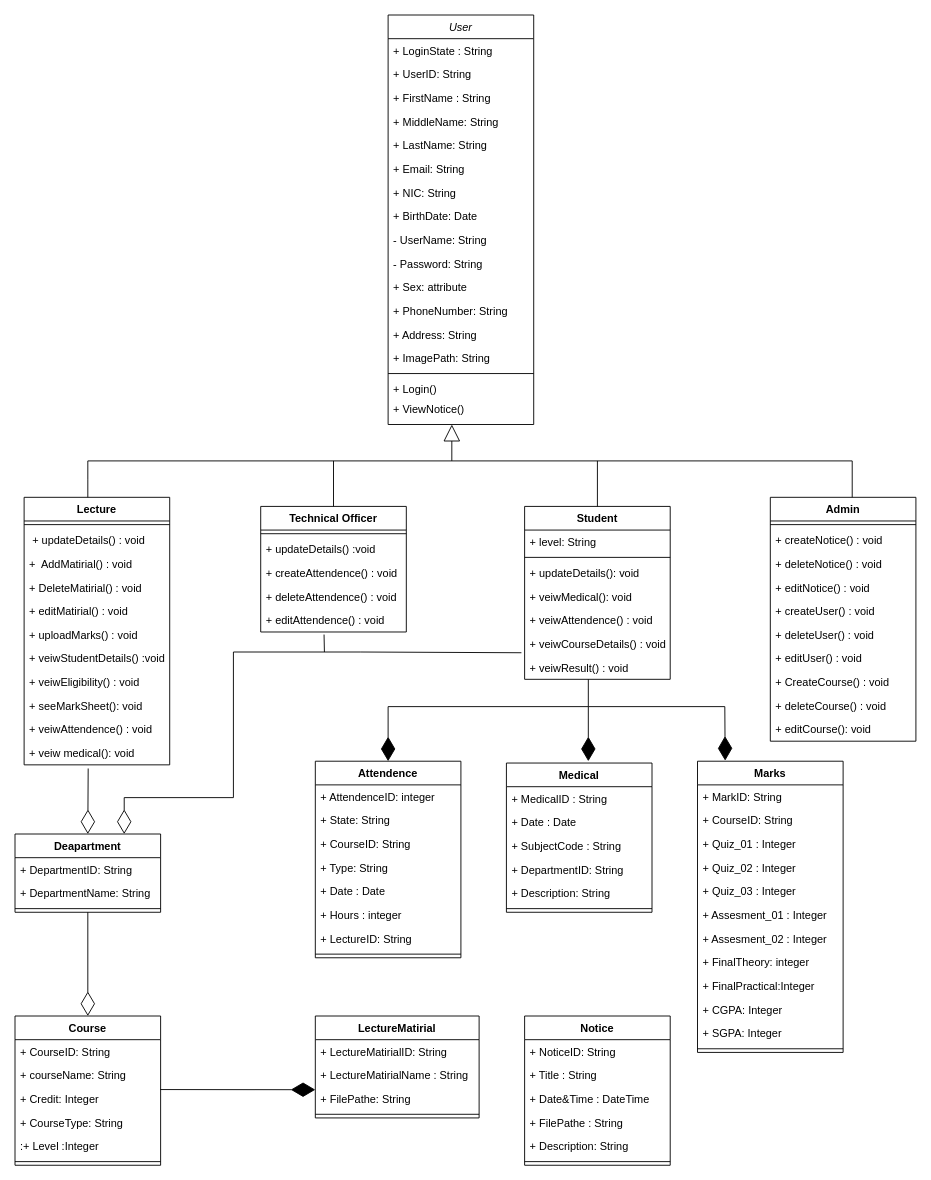
Earlier version of the draw.io diagram class_diagram.drawio (ChandimalPriyamantha/Java_Project_TECMIS). Source tidied: cells renumbered, new cells numbered last; positions are measured from the earlier drawing's top-left corner, leaving out a move shared by most shapes. Both pictures are drawn from the tidied source at 91%, with x=0, y=0 at pixel (15, 15).
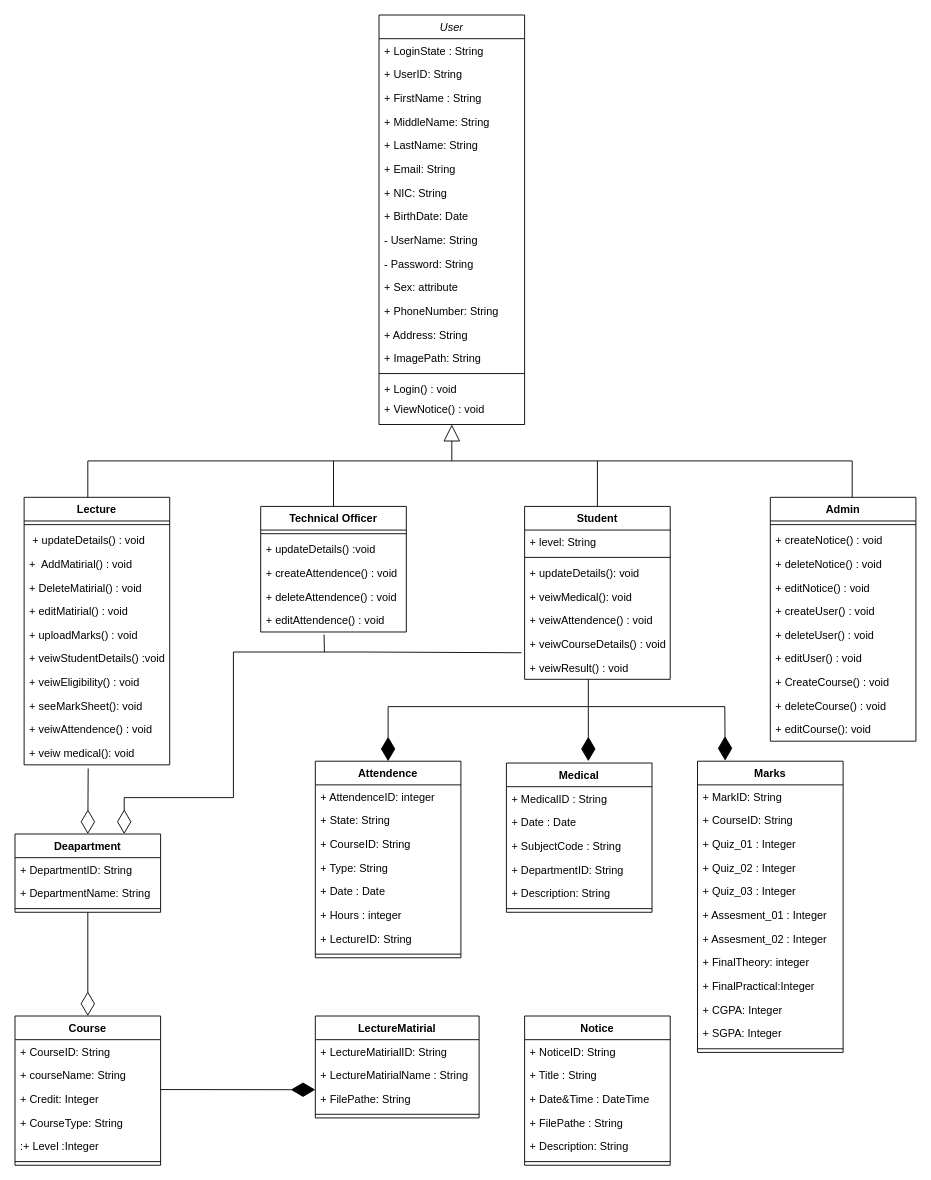
The same page after the edit.

Commit message:
edit class diagram

What changed in the source:
```diff
@@
     <mxCell id="2" value="User" style="swimlane;fontStyle=2;align=center;verticalAlign=top;horizontal=1;startSize=26;rounded=0;shadow=0;strokeWidth=1;" parent="1" vertex="1">
-      <mxGeometry x="410" width="160" height="450" as="geometry" />
+      <mxGeometry x="400" width="160" height="450" as="geometry" />
     </mxCell>
@@
-    <mxCell id="18" value="+ Login()&#10;" style="text;align=left;verticalAlign=top;spacingLeft=4;spacingRight=4;overflow=hidden;" parent="2" vertex="1">
+    <mxCell id="18" value="+ Login() : void&#10;" style="text;align=left;verticalAlign=top;spacingLeft=4;spacingRight=4;overflow=hidden;" parent="2" vertex="1">
       <mxGeometry y="398" width="160" height="22" as="geometry" />
     </mxCell>
-    <mxCell id="19" value="+ ViewNotice()" style="text;strokeColor=none;fillColor=none;align=left;verticalAlign=top;spacingLeft=4;spacingRight=4;overflow=hidden;" parent="2" vertex="1">
+    <mxCell id="19" value="+ ViewNotice() : void" style="text;strokeColor=none;fillColor=none;align=left;verticalAlign=top;spacingLeft=4;spacingRight=4;overflow=hidden;" parent="2" vertex="1">
       <mxGeometry y="420" width="160" height="26" as="geometry" />
     </mxCell>
```
